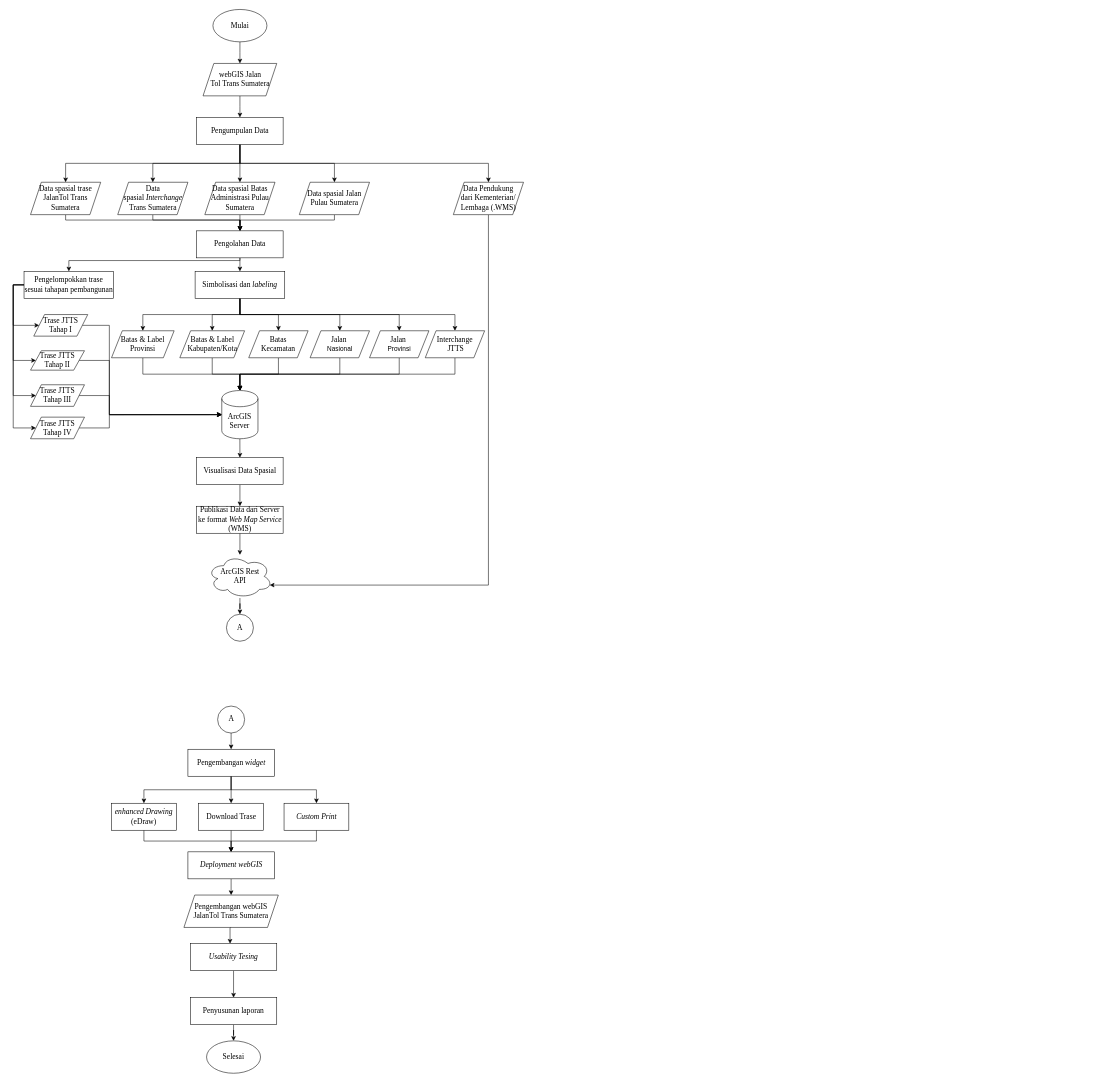
Above: proposal PA Dhany Rev-2.drawio in dhanyyudi/filediagramalir (draw.io), before the change. Source tidied: cells renumbered, new cells numbered last; positions are measured from the earlier drawing's top-left corner, leaving out a move shared by most shapes. Both pictures are drawn from the tidied source at 54%, with x=0, y=0 at pixel (13, 9).
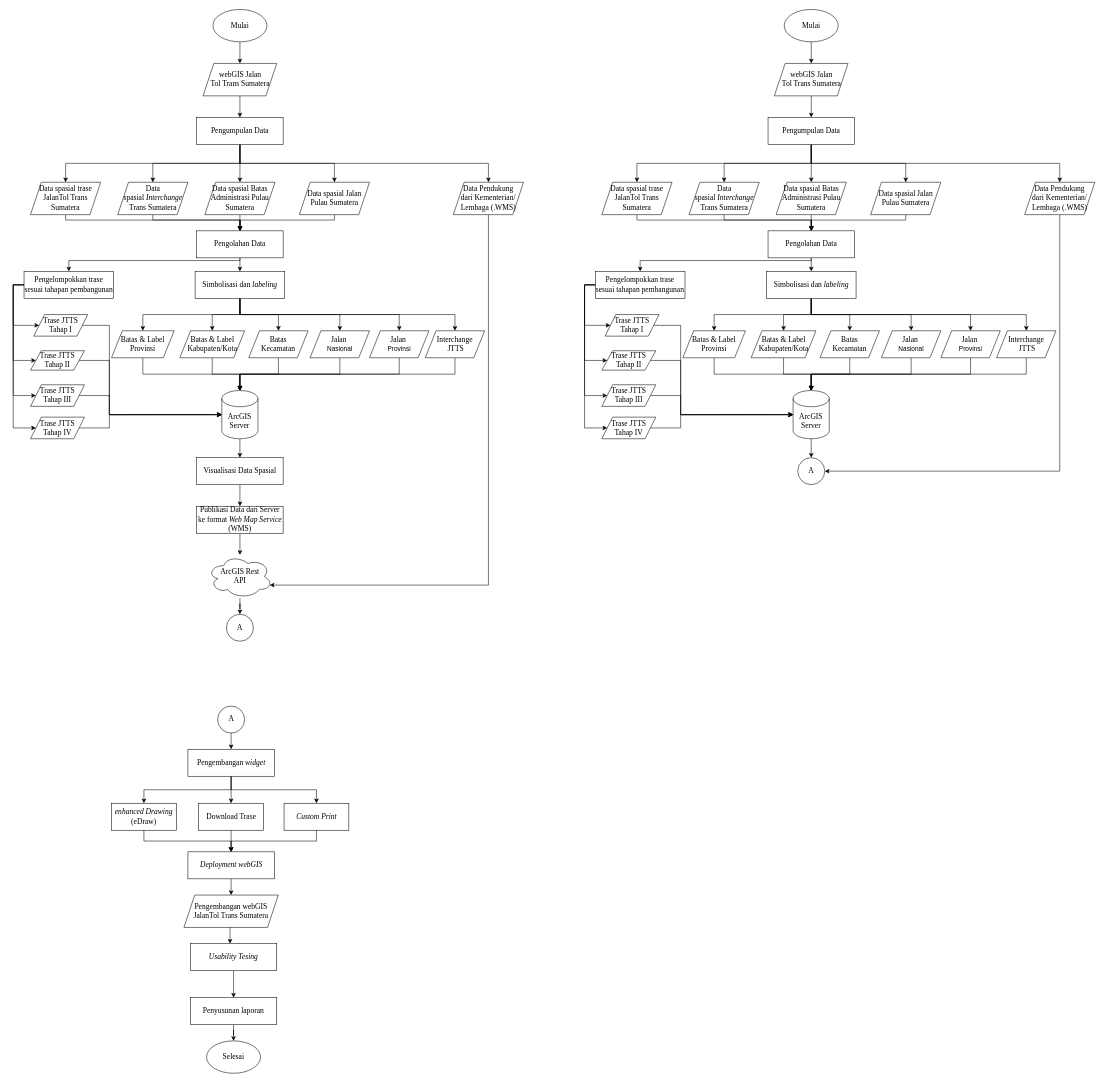
Above is the later version.

What changed in the source:
```diff
@@
+    <mxCell id="88" style="edgeStyle=orthogonalEdgeStyle;rounded=0;jettySize=auto;html=1;" parent="1" edge="1" source="89" target="136">
+      <mxGeometry relative="1" as="geometry" />
+    </mxCell>
+    <mxCell id="89" value="&lt;font face=&quot;Times New Roman&quot; style=&quot;font-size: 14px;&quot;&gt;Mulai&lt;/font&gt;" style="ellipse;whiteSpace=wrap;html=1;" parent="1" vertex="1">
+      <mxGeometry x="1427.8" width="100" height="60" as="geometry" />
+    </mxCell>
+    <mxCell id="90" style="edgeStyle=orthogonalEdgeStyle;rounded=0;jettySize=auto;html=1;exitX=0.5;exitY=1;exitDx=0;exitDy=0;" parent="1" edge="1" source="95" target="102">
+      <mxGeometry relative="1" as="geometry" />
+    </mxCell>
+    <mxCell id="91" style="edgeStyle=orthogonalEdgeStyle;rounded=0;jettySize=auto;html=1;exitX=0.5;exitY=1;exitDx=0;exitDy=0;" parent="1" edge="1" source="95" target="112">
+      <mxGeometry relative="1" as="geometry" />
+    </mxCell>
+    <mxCell id="92" style="edgeStyle=orthogonalEdgeStyle;rounded=0;jettySize=auto;html=1;exitX=0.5;exitY=1;exitDx=0;exitDy=0;" parent="1" edge="1" source="95" target="114">
+      <mxGeometry relative="1" as="geometry" />
+    </mxCell>
+    <mxCell id="93" style="edgeStyle=orthogonalEdgeStyle;rounded=0;jettySize=auto;html=1;exitX=0.5;exitY=1;exitDx=0;exitDy=0;entryX=0.5;entryY=0;entryDx=0;entryDy=0;" parent="1" edge="1" source="95" target="138">
+      <mxGeometry relative="1" as="geometry" />
+    </mxCell>
+    <mxCell id="94" style="edgeStyle=orthogonalEdgeStyle;rounded=0;jettySize=auto;html=1;exitX=0.5;exitY=1;exitDx=0;exitDy=0;" parent="1" edge="1" source="95" target="134">
+      <mxGeometry relative="1" as="geometry" />
+    </mxCell>
+    <mxCell id="95" value="&lt;font style=&quot;font-size: 14px;&quot;&gt;Pengumpulan Data&lt;/font&gt;" style="rounded=0;whiteSpace=wrap;html=1;fontFamily=Times New Roman;" parent="1" vertex="1">
+      <mxGeometry x="1397.8" y="200" width="160" height="50" as="geometry" />
+    </mxCell>
+    <mxCell id="96" style="edgeStyle=orthogonalEdgeStyle;rounded=0;jettySize=auto;html=1;exitX=0.5;exitY=1;exitDx=0;exitDy=0;entryX=0.5;entryY=0;entryDx=0;entryDy=0;" parent="1" edge="1" source="98" target="132">
+      <mxGeometry relative="1" as="geometry" />
+    </mxCell>
+    <mxCell id="97" style="edgeStyle=orthogonalEdgeStyle;rounded=0;jettySize=auto;html=1;exitX=0.5;exitY=1;exitDx=0;exitDy=0;" parent="1" edge="1" source="98" target="125">
+      <mxGeometry relative="1" as="geometry">
+        <Array as="points">
+          <mxPoint x="1478" y="465" />
+          <mxPoint x="1161" y="465" />
+        </Array>
+      </mxGeometry>
+    </mxCell>
+    <mxCell id="98" value="&lt;font style=&quot;font-size: 14px;&quot;&gt;Pengolahan Data&lt;/font&gt;" style="rounded=0;whiteSpace=wrap;html=1;fontFamily=Times New Roman;" parent="1" vertex="1">
+      <mxGeometry x="1397.8" y="410" width="160" height="50" as="geometry" />
+    </mxCell>
+    <mxCell id="99" style="edgeStyle=orthogonalEdgeStyle;rounded=0;jettySize=auto;html=1;exitX=0.5;exitY=1;exitDx=0;exitDy=0;exitPerimeter=0;entryX=0.5;entryY=0;entryDx=0;entryDy=0;" parent="1" edge="1" source="100">
+      <mxGeometry relative="1" as="geometry">
+        <mxPoint x="1477.8" y="830" as="targetPoint" />
+      </mxGeometry>
+    </mxCell>
+    <mxCell id="100" value="&lt;font face=&quot;Times New Roman&quot; style=&quot;font-size: 14px;&quot;&gt;ArcGIS Server&lt;/font&gt;" style="shape=cylinder3;whiteSpace=wrap;html=1;boundedLbl=1;backgroundOutline=1;size=15;" parent="1" vertex="1">
+      <mxGeometry x="1444.2" y="705.7" width="67" height="89.3" as="geometry" />
+    </mxCell>
+    <mxCell id="101" style="edgeStyle=orthogonalEdgeStyle;rounded=0;jettySize=auto;html=1;exitX=0.5;exitY=1;exitDx=0;exitDy=0;" parent="1" edge="1" source="102" target="98">
+      <mxGeometry relative="1" as="geometry">
+        <Array as="points">
+          <mxPoint x="1155" y="390" />
+          <mxPoint x="1478" y="390" />
+        </Array>
+      </mxGeometry>
+    </mxCell>
+    <mxCell id="102" value="&lt;font face=&quot;Times New Roman&quot; style=&quot;font-size: 14px;&quot;&gt;Data spasial trase JalanTol Trans &lt;br&gt;Sumatera&lt;/font&gt;" style="shape=parallelogram;perimeter=parallelogramPerimeter;whiteSpace=wrap;html=1;fixedSize=1;" parent="1" vertex="1">
+      <mxGeometry x="1090" y="320" width="130" height="60" as="geometry" />
+    </mxCell>
+    <mxCell id="103" style="edgeStyle=orthogonalEdgeStyle;rounded=0;jettySize=auto;html=1;exitX=1;exitY=0.5;exitDx=0;exitDy=0;entryX=0;entryY=0.5;entryDx=0;entryDy=0;entryPerimeter=0;" parent="1" edge="1" source="104" target="100">
+      <mxGeometry relative="1" as="geometry">
+        <Array as="points">
+          <mxPoint x="1236" y="585" />
+          <mxPoint x="1236" y="750" />
+        </Array>
+      </mxGeometry>
+    </mxCell>
+    <mxCell id="104" value="&lt;font face=&quot;Times New Roman&quot;&gt;&lt;span style=&quot;font-size: 14px;&quot;&gt;Trase JTTS Tahap I&lt;/span&gt;&lt;/font&gt;" style="shape=parallelogram;perimeter=parallelogramPerimeter;whiteSpace=wrap;html=1;fixedSize=1;" parent="1" vertex="1">
+      <mxGeometry x="1096" y="565" width="100" height="40" as="geometry" />
+    </mxCell>
+    <mxCell id="105" style="edgeStyle=orthogonalEdgeStyle;rounded=0;jettySize=auto;html=1;exitX=1;exitY=0.5;exitDx=0;exitDy=0;entryX=0;entryY=0.5;entryDx=0;entryDy=0;entryPerimeter=0;" parent="1" edge="1" source="106" target="100">
+      <mxGeometry relative="1" as="geometry">
+        <Array as="points">
+          <mxPoint x="1236" y="650" />
+          <mxPoint x="1236" y="750" />
+        </Array>
+      </mxGeometry>
+    </mxCell>
+    <mxCell id="106" value="&lt;font face=&quot;Times New Roman&quot;&gt;&lt;span style=&quot;font-size: 14px;&quot;&gt;Trase JTTS Tahap II&lt;/span&gt;&lt;/font&gt;" style="shape=parallelogram;perimeter=parallelogramPerimeter;whiteSpace=wrap;html=1;fixedSize=1;" parent="1" vertex="1">
+      <mxGeometry x="1090" y="632" width="100" height="36" as="geometry" />
+    </mxCell>
+    <mxCell id="107" style="edgeStyle=orthogonalEdgeStyle;rounded=0;jettySize=auto;html=1;exitX=1;exitY=0.5;exitDx=0;exitDy=0;entryX=0;entryY=0.5;entryDx=0;entryDy=0;entryPerimeter=0;" parent="1" edge="1" source="108" target="100">
+      <mxGeometry relative="1" as="geometry">
+        <Array as="points">
+          <mxPoint x="1236" y="715" />
+          <mxPoint x="1236" y="750" />
+        </Array>
+      </mxGeometry>
+    </mxCell>
+    <mxCell id="108" value="&lt;font face=&quot;Times New Roman&quot;&gt;&lt;span style=&quot;font-size: 14px;&quot;&gt;Trase JTTS Tahap III&lt;/span&gt;&lt;/font&gt;" style="shape=parallelogram;perimeter=parallelogramPerimeter;whiteSpace=wrap;html=1;fixedSize=1;" parent="1" vertex="1">
+      <mxGeometry x="1090" y="695" width="100" height="40" as="geometry" />
+    </mxCell>
+    <mxCell id="109" style="edgeStyle=orthogonalEdgeStyle;rounded=0;jettySize=auto;html=1;exitX=1;exitY=0.5;exitDx=0;exitDy=0;entryX=0;entryY=0.5;entryDx=0;entryDy=0;entryPerimeter=0;" parent="1" edge="1" source="110" target="100">
+      <mxGeometry relative="1" as="geometry">
+        <Array as="points">
+          <mxPoint x="1236" y="775" />
+          <mxPoint x="1236" y="750" />
+        </Array>
+      </mxGeometry>
+    </mxCell>
+    <mxCell id="110" value="&lt;font face=&quot;Times New Roman&quot;&gt;&lt;span style=&quot;font-size: 14px;&quot;&gt;Trase JTTS Tahap IV&lt;/span&gt;&lt;/font&gt;" style="shape=parallelogram;perimeter=parallelogramPerimeter;whiteSpace=wrap;html=1;fixedSize=1;" parent="1" vertex="1">
+      <mxGeometry x="1090" y="755" width="100" height="40" as="geometry" />
+    </mxCell>
+    <mxCell id="111" style="edgeStyle=orthogonalEdgeStyle;rounded=0;jettySize=auto;html=1;exitX=0.5;exitY=1;exitDx=0;exitDy=0;" parent="1" edge="1" source="112" target="98">
+      <mxGeometry relative="1" as="geometry">
+        <Array as="points">
+          <mxPoint x="1316" y="390" />
+          <mxPoint x="1478" y="390" />
+        </Array>
+      </mxGeometry>
+    </mxCell>
+    <mxCell id="112" value="&lt;font face=&quot;Times New Roman&quot; style=&quot;font-size: 14px;&quot;&gt;Data spasial&amp;nbsp;&lt;i&gt;Interchange&lt;/i&gt; Trans Sumatera&lt;/font&gt;" style="shape=parallelogram;perimeter=parallelogramPerimeter;whiteSpace=wrap;html=1;fixedSize=1;" parent="1" vertex="1">
+      <mxGeometry x="1251.5" y="320" width="130" height="60" as="geometry" />
+    </mxCell>
+    <mxCell id="113" style="edgeStyle=orthogonalEdgeStyle;rounded=0;jettySize=auto;html=1;" parent="1" edge="1" source="114" target="98">
+      <mxGeometry relative="1" as="geometry" />
+    </mxCell>
+    <mxCell id="114" value="&lt;font face=&quot;Times New Roman&quot; style=&quot;font-size: 14px;&quot;&gt;Data spasial Batas Administrasi Pulau Sumatera&lt;/font&gt;" style="shape=parallelogram;perimeter=parallelogramPerimeter;whiteSpace=wrap;html=1;fixedSize=1;" parent="1" vertex="1">
+      <mxGeometry x="1412.8" y="320" width="130" height="60" as="geometry" />
+    </mxCell>
+    <mxCell id="115" style="edgeStyle=orthogonalEdgeStyle;rounded=0;jettySize=auto;html=1;exitX=0.5;exitY=1;exitDx=0;exitDy=0;entryX=0.5;entryY=0;entryDx=0;entryDy=0;entryPerimeter=0;" parent="1" edge="1" source="116" target="100">
+      <mxGeometry relative="1" as="geometry" />
+    </mxCell>
+    <mxCell id="116" value="&lt;font face=&quot;Times New Roman&quot;&gt;&lt;span style=&quot;font-size: 14px;&quot;&gt;Batas &amp;amp; Label Provinsi&lt;/span&gt;&lt;/font&gt;" style="shape=parallelogram;perimeter=parallelogramPerimeter;whiteSpace=wrap;html=1;fixedSize=1;" parent="1" vertex="1">
+      <mxGeometry x="1240" y="595" width="116" height="50" as="geometry" />
+    </mxCell>
+    <mxCell id="117" style="edgeStyle=orthogonalEdgeStyle;rounded=0;jettySize=auto;html=1;exitX=0.5;exitY=1;exitDx=0;exitDy=0;entryX=0.5;entryY=0;entryDx=0;entryDy=0;entryPerimeter=0;" parent="1" edge="1" source="118" target="100">
+      <mxGeometry relative="1" as="geometry" />
+    </mxCell>
+    <mxCell id="118" value="&lt;font face=&quot;Times New Roman&quot;&gt;&lt;span style=&quot;font-size: 14px;&quot;&gt;Batas &amp;amp; Label Kabupaten/Kota&lt;/span&gt;&lt;/font&gt;" style="shape=parallelogram;perimeter=parallelogramPerimeter;whiteSpace=wrap;html=1;fixedSize=1;" parent="1" vertex="1">
+      <mxGeometry x="1366.5" y="595" width="120" height="50" as="geometry" />
+    </mxCell>
+    <mxCell id="119" style="edgeStyle=orthogonalEdgeStyle;rounded=0;jettySize=auto;html=1;exitX=0.5;exitY=1;exitDx=0;exitDy=0;entryX=0.5;entryY=0;entryDx=0;entryDy=0;entryPerimeter=0;" parent="1" edge="1" source="120" target="100">
+      <mxGeometry relative="1" as="geometry" />
+    </mxCell>
+    <mxCell id="120" value="&lt;font face=&quot;Times New Roman&quot;&gt;&lt;span style=&quot;font-size: 14px;&quot;&gt;Batas &lt;br&gt;Kecamatan&lt;/span&gt;&lt;/font&gt;" style="shape=parallelogram;perimeter=parallelogramPerimeter;whiteSpace=wrap;html=1;fixedSize=1;" parent="1" vertex="1">
+      <mxGeometry x="1494.1" y="595" width="110" height="50" as="geometry" />
+    </mxCell>
+    <mxCell id="121" style="edgeStyle=orthogonalEdgeStyle;rounded=0;jettySize=auto;html=1;exitX=0;exitY=0.5;exitDx=0;exitDy=0;entryX=0;entryY=0.5;entryDx=0;entryDy=0;" parent="1" edge="1" source="125" target="104">
+      <mxGeometry relative="1" as="geometry">
+        <Array as="points">
+          <mxPoint x="1058" y="510" />
+          <mxPoint x="1058" y="585" />
+        </Array>
+      </mxGeometry>
+    </mxCell>
+    <mxCell id="122" style="edgeStyle=orthogonalEdgeStyle;rounded=0;jettySize=auto;html=1;exitX=0;exitY=0.5;exitDx=0;exitDy=0;entryX=0;entryY=0.5;entryDx=0;entryDy=0;" parent="1" edge="1" source="125" target="106">
+      <mxGeometry relative="1" as="geometry">
+        <Array as="points">
+          <mxPoint x="1058" y="510" />
+          <mxPoint x="1058" y="650" />
+        </Array>
+      </mxGeometry>
+    </mxCell>
+    <mxCell id="123" style="edgeStyle=orthogonalEdgeStyle;rounded=0;jettySize=auto;html=1;exitX=0;exitY=0.5;exitDx=0;exitDy=0;entryX=0;entryY=0.5;entryDx=0;entryDy=0;" parent="1" edge="1" source="125" target="108">
+      <mxGeometry relative="1" as="geometry">
+        <Array as="points">
+          <mxPoint x="1058" y="510" />
+          <mxPoint x="1058" y="715" />
+        </Array>
+      </mxGeometry>
+    </mxCell>
+    <mxCell id="124" style="edgeStyle=orthogonalEdgeStyle;rounded=0;jettySize=auto;html=1;exitX=0;exitY=0.5;exitDx=0;exitDy=0;entryX=0;entryY=0.5;entryDx=0;entryDy=0;" parent="1" edge="1" source="125" target="110">
+      <mxGeometry relative="1" as="geometry">
+        <Array as="points">
+          <mxPoint x="1058" y="510" />
+          <mxPoint x="1058" y="775" />
+        </Array>
+      </mxGeometry>
+    </mxCell>
+    <mxCell id="125" value="&lt;font style=&quot;font-size: 14px;&quot;&gt;Pengelompokkan trase sesuai tahapan pembangunan&lt;/font&gt;" style="rounded=0;whiteSpace=wrap;html=1;fontFamily=Times New Roman;" parent="1" vertex="1">
+      <mxGeometry x="1078" y="485" width="166" height="50" as="geometry" />
+    </mxCell>
+    <mxCell id="126" style="edgeStyle=orthogonalEdgeStyle;rounded=0;jettySize=auto;html=1;exitX=0.5;exitY=1;exitDx=0;exitDy=0;" parent="1" edge="1" source="132" target="116">
+      <mxGeometry relative="1" as="geometry" />
+    </mxCell>
+    <mxCell id="127" style="edgeStyle=orthogonalEdgeStyle;rounded=0;jettySize=auto;html=1;exitX=0.5;exitY=1;exitDx=0;exitDy=0;entryX=0.5;entryY=0;entryDx=0;entryDy=0;" parent="1" edge="1" source="132" target="118">
+      <mxGeometry relative="1" as="geometry" />
+    </mxCell>
+    <mxCell id="128" style="edgeStyle=orthogonalEdgeStyle;rounded=0;jettySize=auto;html=1;exitX=0.5;exitY=1;exitDx=0;exitDy=0;" parent="1" edge="1" source="132" target="120">
+      <mxGeometry relative="1" as="geometry" />
+    </mxCell>
+    <mxCell id="129" style="edgeStyle=orthogonalEdgeStyle;rounded=0;jettySize=auto;html=1;exitX=0.5;exitY=1;exitDx=0;exitDy=0;" parent="1" edge="1" source="132" target="140">
+      <mxGeometry relative="1" as="geometry" />
+    </mxCell>
+    <mxCell id="130" style="edgeStyle=orthogonalEdgeStyle;rounded=0;jettySize=auto;html=1;exitX=0.5;exitY=1;exitDx=0;exitDy=0;" parent="1" edge="1" source="132" target="142">
+      <mxGeometry relative="1" as="geometry" />
+    </mxCell>
+    <mxCell id="131" style="edgeStyle=orthogonalEdgeStyle;rounded=0;jettySize=auto;html=1;exitX=0.5;exitY=1;exitDx=0;exitDy=0;" parent="1" edge="1" source="132" target="144">
+      <mxGeometry relative="1" as="geometry" />
+    </mxCell>
+    <mxCell id="132" value="&lt;span style=&quot;font-size: 14px;&quot;&gt;Simbolisasi dan &lt;i&gt;labeling&lt;/i&gt;&lt;/span&gt;" style="rounded=0;whiteSpace=wrap;html=1;fontFamily=Times New Roman;" parent="1" vertex="1">
+      <mxGeometry x="1394.8" y="485" width="166" height="50" as="geometry" />
+    </mxCell>
+    <mxCell id="133" style="edgeStyle=orthogonalEdgeStyle;rounded=0;jettySize=auto;html=1;exitX=0.5;exitY=1;exitDx=0;exitDy=0;entryX=1;entryY=0.5;entryDx=0;entryDy=0;" parent="1" edge="1" source="134" target="145">
+      <mxGeometry relative="1" as="geometry" />
+    </mxCell>
+    <mxCell id="134" value="&lt;font face=&quot;Times New Roman&quot; style=&quot;font-size: 14px;&quot;&gt;Data Pendukung &lt;br&gt;dari Kementerian/&lt;br&gt;Lembaga (.WMS)&lt;/font&gt;" style="shape=parallelogram;perimeter=parallelogramPerimeter;whiteSpace=wrap;html=1;fixedSize=1;" parent="1" vertex="1">
+      <mxGeometry x="1873" y="320" width="130" height="60" as="geometry" />
+    </mxCell>
+    <mxCell id="135" style="edgeStyle=orthogonalEdgeStyle;rounded=0;jettySize=auto;html=1;" parent="1" edge="1" source="136" target="95">
+      <mxGeometry relative="1" as="geometry" />
+    </mxCell>
+    <mxCell id="136" value="&lt;font face=&quot;Times New Roman&quot;&gt;&lt;span style=&quot;font-size: 14px;&quot;&gt;webGIS Jalan &lt;br&gt;Tol Trans Sumatera&lt;/span&gt;&lt;/font&gt;" style="shape=parallelogram;perimeter=parallelogramPerimeter;whiteSpace=wrap;html=1;fixedSize=1;" parent="1" vertex="1">
+      <mxGeometry x="1409.5" y="100" width="136.5" height="60" as="geometry" />
+    </mxCell>
+    <mxCell id="137" style="edgeStyle=orthogonalEdgeStyle;rounded=0;jettySize=auto;html=1;exitX=0.5;exitY=1;exitDx=0;exitDy=0;" parent="1" edge="1" source="138" target="98">
+      <mxGeometry relative="1" as="geometry">
+        <Array as="points">
+          <mxPoint x="1653" y="390" />
+          <mxPoint x="1478" y="390" />
+        </Array>
+      </mxGeometry>
+    </mxCell>
+    <mxCell id="138" value="&lt;font face=&quot;Times New Roman&quot;&gt;&lt;span style=&quot;font-size: 14px;&quot;&gt;Data spasial Jalan Pulau Sumatera&lt;/span&gt;&lt;/font&gt;" style="shape=parallelogram;perimeter=parallelogramPerimeter;whiteSpace=wrap;html=1;fixedSize=1;" parent="1" vertex="1">
+      <mxGeometry x="1587.8" y="320" width="130" height="60" as="geometry" />
+    </mxCell>
+    <mxCell id="139" style="edgeStyle=orthogonalEdgeStyle;rounded=0;jettySize=auto;html=1;exitX=0.5;exitY=1;exitDx=0;exitDy=0;entryX=0.5;entryY=0;entryDx=0;entryDy=0;entryPerimeter=0;" parent="1" edge="1" source="140" target="100">
+      <mxGeometry relative="1" as="geometry" />
+    </mxCell>
+    <mxCell id="140" value="&lt;font face=&quot;Times New Roman&quot;&gt;&lt;span style=&quot;font-size: 14px;&quot;&gt;Jalan&amp;nbsp;&lt;br&gt;&lt;/span&gt;&lt;/font&gt;Nasional" style="shape=parallelogram;perimeter=parallelogramPerimeter;whiteSpace=wrap;html=1;fixedSize=1;" parent="1" vertex="1">
+      <mxGeometry x="1607.8" y="595" width="110" height="50" as="geometry" />
+    </mxCell>
+    <mxCell id="141" style="edgeStyle=orthogonalEdgeStyle;rounded=0;jettySize=auto;html=1;exitX=0.5;exitY=1;exitDx=0;exitDy=0;entryX=0.5;entryY=0;entryDx=0;entryDy=0;entryPerimeter=0;" parent="1" edge="1" source="142" target="100">
+      <mxGeometry relative="1" as="geometry" />
+    </mxCell>
+    <mxCell id="142" value="&lt;font face=&quot;Times New Roman&quot;&gt;&lt;span style=&quot;font-size: 14px;&quot;&gt;Jalan&amp;nbsp;&lt;br&gt;&lt;/span&gt;&lt;/font&gt;Provinsi" style="shape=parallelogram;perimeter=parallelogramPerimeter;whiteSpace=wrap;html=1;fixedSize=1;" parent="1" vertex="1">
+      <mxGeometry x="1717.8" y="595" width="110" height="50" as="geometry" />
+    </mxCell>
+    <mxCell id="143" style="edgeStyle=orthogonalEdgeStyle;rounded=0;jettySize=auto;html=1;exitX=0.5;exitY=1;exitDx=0;exitDy=0;entryX=0.5;entryY=0;entryDx=0;entryDy=0;entryPerimeter=0;" parent="1" edge="1" source="144" target="100">
+      <mxGeometry relative="1" as="geometry" />
+    </mxCell>
+    <mxCell id="144" value="&lt;font face=&quot;Times New Roman&quot;&gt;&lt;span style=&quot;font-size: 14px;&quot;&gt;Interchange&lt;br&gt;&amp;nbsp;JTTS&lt;/span&gt;&lt;/font&gt;" style="shape=parallelogram;perimeter=parallelogramPerimeter;whiteSpace=wrap;html=1;fixedSize=1;" parent="1" vertex="1">
+      <mxGeometry x="1821" y="595" width="110" height="50" as="geometry" />
+    </mxCell>
+    <mxCell id="145" value="&lt;font style=&quot;font-size: 14px;&quot; face=&quot;Times New Roman&quot;&gt;A&lt;/font&gt;" style="ellipse;whiteSpace=wrap;html=1;" parent="1" vertex="1">
+      <mxGeometry x="1452.8" y="830" width="50" height="50" as="geometry" />
+    </mxCell>
```
